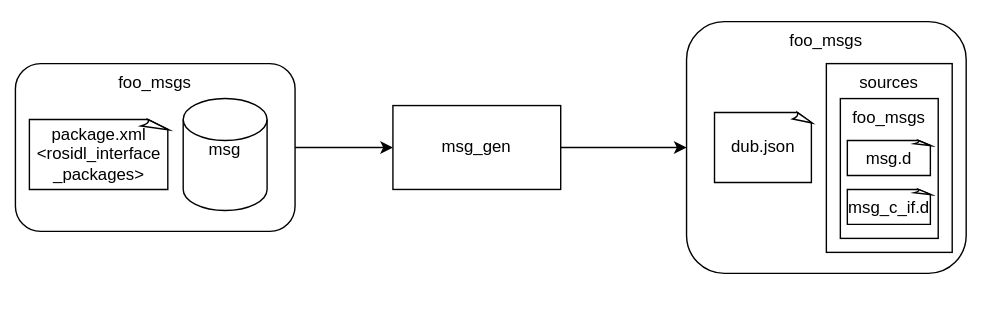
Before: msg_gen/doc/design.drawio.svg, a diagram exported from draw.io (sibnick/ros2_d). Source tidied: cells renumbered, new cells last; positions are measured from the earlier drawing's top-left corner, leaving out a move shared by most shapes.
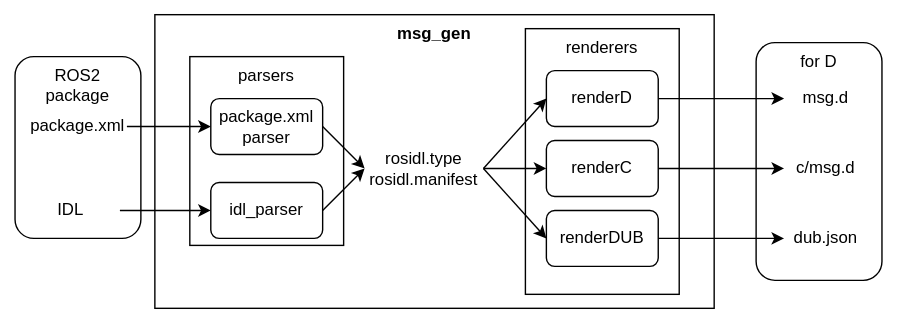
Later version of the same file.

Change to the diagram source:
```diff
@@ -2,44 +2,86 @@
   <root>
     <mxCell id="0" />
     <mxCell id="1" parent="0" />
+    <mxCell id="15" style="rounded=0;whiteSpace=wrap;html=1;verticalAlign=top;strokeColor=none;" parent="1" vertex="1">
+      <mxGeometry x="20" y="85" width="640" height="230" as="geometry" />
+    </mxCell>
+    <mxCell id="16" value="ROS2&lt;br&gt;package" style="rounded=1;whiteSpace=wrap;html=1;verticalAlign=top;" parent="1" vertex="1">
+      <mxGeometry x="30" y="125" width="90" height="130" as="geometry" />
+    </mxCell>
+    <mxCell id="14" value="for D" style="rounded=1;whiteSpace=wrap;html=1;verticalAlign=top;" parent="1" vertex="1">
+      <mxGeometry x="560" y="115" width="90" height="170" as="geometry" />
+    </mxCell>
+    <mxCell id="17" value="&lt;b&gt;msg_gen&lt;/b&gt;" style="rounded=0;whiteSpace=wrap;html=1;verticalAlign=top;" parent="1" vertex="1">
+      <mxGeometry x="130" y="95" width="400" height="210" as="geometry" />
+    </mxCell>
+    <mxCell id="18" value="renderers" style="rounded=0;whiteSpace=wrap;html=1;verticalAlign=top;" parent="1" vertex="1">
+      <mxGeometry x="395" y="105" width="110" height="190" as="geometry" />
+    </mxCell>
+    <mxCell id="19" value="parsers" style="rounded=0;whiteSpace=wrap;html=1;verticalAlign=top;" parent="1" vertex="1">
+      <mxGeometry x="155" y="125" width="110" height="135" as="geometry" />
+    </mxCell>
+    <mxCell id="20" style="endArrow=classic;html=1;entryX=0;entryY=0.5;entryDx=0;entryDy=0;exitX=1;exitY=0.5;exitDx=0;exitDy=0;" parent="1" edge="1" source="21" target="23">
+      <mxGeometry relative="1" as="geometry" />
+    </mxCell>
+    <mxCell id="21" value="IDL" style="text;html=1;strokeColor=none;fillColor=none;align=center;verticalAlign=middle;whiteSpace=wrap;rounded=0;" parent="1" vertex="1">
+      <mxGeometry x="35" y="220" width="70" height="30" as="geometry" />
+    </mxCell>
+    <mxCell id="22" style="edgeStyle=none;html=1;exitX=1;exitY=0.5;exitDx=0;exitDy=0;entryX=0;entryY=0.5;entryDx=0;entryDy=0;" parent="1" edge="1" source="23" target="6">
+      <mxGeometry relative="1" as="geometry" />
+    </mxCell>
+    <mxCell id="23" value="idl_parser" style="rounded=1;whiteSpace=wrap;html=1;verticalAlign=middle;" parent="1" vertex="1">
+      <mxGeometry x="170" y="215" width="80" height="40" as="geometry" />
+    </mxCell>
+    <mxCell id="8" style="edgeStyle=none;html=1;exitX=1;exitY=0.5;exitDx=0;exitDy=0;entryX=0;entryY=0.5;entryDx=0;entryDy=0;" parent="1" edge="1" source="6" target="25">
+      <mxGeometry relative="1" as="geometry" />
+    </mxCell>
+    <mxCell id="3" style="edgeStyle=none;html=1;exitX=1;exitY=0.5;exitDx=0;exitDy=0;entryX=0;entryY=0.5;entryDx=0;entryDy=0;" parent="1" edge="1" source="6" target="26">
+      <mxGeometry relative="1" as="geometry" />
+    </mxCell>
+    <mxCell id="9" style="edgeStyle=none;html=1;exitX=1;exitY=0.5;exitDx=0;exitDy=0;entryX=0;entryY=0.5;entryDx=0;entryDy=0;" parent="1" edge="1" source="6" target="27">
+      <mxGeometry relative="1" as="geometry" />
+    </mxCell>
+    <mxCell id="6" value="rosidl.type&lt;br&gt;rosidl.manifest" style="text;html=1;strokeColor=none;fillColor=none;align=center;verticalAlign=middle;whiteSpace=wrap;rounded=0;" parent="1" vertex="1">
+      <mxGeometry x="280" y="175" width="85" height="60" as="geometry" />
+    </mxCell>
+    <mxCell id="24" style="edgeStyle=none;html=1;exitX=1;exitY=0.5;exitDx=0;exitDy=0;entryX=0;entryY=0.5;entryDx=0;entryDy=0;" parent="1" edge="1" source="25" target="11">
+      <mxGeometry relative="1" as="geometry" />
+    </mxCell>
+    <mxCell id="25" value="renderD" style="rounded=1;whiteSpace=wrap;html=1;verticalAlign=middle;" parent="1" vertex="1">
+      <mxGeometry x="410" y="135" width="80" height="40" as="geometry" />
+    </mxCell>
+    <mxCell id="13" style="edgeStyle=none;html=1;exitX=1;exitY=0.5;exitDx=0;exitDy=0;entryX=0;entryY=0.5;entryDx=0;entryDy=0;" parent="1" edge="1" source="26" target="28">
+      <mxGeometry relative="1" as="geometry" />
+    </mxCell>
+    <mxCell id="26" value="renderC" style="rounded=1;whiteSpace=wrap;html=1;verticalAlign=middle;" parent="1" vertex="1">
+      <mxGeometry x="410" y="185" width="80" height="40" as="geometry" />
+    </mxCell>
+    <mxCell id="12" style="edgeStyle=none;html=1;exitX=1;exitY=0.5;exitDx=0;exitDy=0;entryX=0;entryY=0.5;entryDx=0;entryDy=0;" parent="1" edge="1" source="27" target="10">
+      <mxGeometry relative="1" as="geometry" />
+    </mxCell>
+    <mxCell id="27" value="renderDUB" style="rounded=1;whiteSpace=wrap;html=1;verticalAlign=middle;" parent="1" vertex="1">
+      <mxGeometry x="410" y="235" width="80" height="40" as="geometry" />
+    </mxCell>
+    <mxCell id="11" value="msg.d" style="text;html=1;strokeColor=none;fillColor=none;align=center;verticalAlign=middle;whiteSpace=wrap;rounded=0;" parent="1" vertex="1">
+      <mxGeometry x="580" y="145" width="60" height="20" as="geometry" />
+    </mxCell>
+    <mxCell id="28" value="c/msg.d" style="text;html=1;strokeColor=none;fillColor=none;align=center;verticalAlign=middle;whiteSpace=wrap;rounded=0;" parent="1" vertex="1">
+      <mxGeometry x="580" y="195" width="60" height="20" as="geometry" />
+    </mxCell>
+    <mxCell id="10" value="dub.json" style="text;html=1;strokeColor=none;fillColor=none;align=center;verticalAlign=middle;whiteSpace=wrap;rounded=0;" parent="1" vertex="1">
+      <mxGeometry x="580" y="245" width="60" height="20" as="geometry" />
+    </mxCell>
+    <mxCell id="29" style="edgeStyle=none;html=1;exitX=1;exitY=0.5;exitDx=0;exitDy=0;entryX=0;entryY=0.5;entryDx=0;entryDy=0;" parent="1" edge="1" source="2" target="6">
+      <mxGeometry relative="1" as="geometry" />
+    </mxCell>
-    <mxCell id="2" style="rounded=0;whiteSpace=wrap;html=1;verticalAlign=middle;strokeColor=none;" parent="1" vertex="1">
-      <mxGeometry width="700" height="220" as="geometry" />
+    <mxCell id="2" value="package.xml&lt;br&gt;parser" style="rounded=1;whiteSpace=wrap;html=1;verticalAlign=middle;" parent="1" vertex="1">
+      <mxGeometry x="170" y="155" width="80" height="40" as="geometry" />
     </mxCell>
-    <mxCell id="3" style="edgeStyle=orthogonalEdgeStyle;rounded=0;jettySize=auto;html=1;exitX=1;exitY=0.5;exitDx=0;exitDy=0;entryX=0;entryY=0.5;entryDx=0;entryDy=0;" parent="1" edge="1" source="4" target="8">
-      <mxGeometry relative="1" as="geometry" />
-    </mxCell>
-    <mxCell id="4" value="foo_msgs" style="rounded=1;whiteSpace=wrap;html=1;horizontal=1;verticalAlign=top;" parent="1" vertex="1">
-      <mxGeometry x="10" y="45" width="200" height="120" as="geometry" />
-    </mxCell>
-    <mxCell id="5" value="package.xml&lt;br&gt;&amp;lt;rosidl_interface&lt;br&gt;_packages&amp;gt;" style="whiteSpace=wrap;html=1;shape=mxgraph.basic.document;" parent="1" vertex="1">
-      <mxGeometry x="20" y="85" width="100" height="50" as="geometry" />
-    </mxCell>
-    <mxCell id="6" value="msg" style="shape=cylinder3;whiteSpace=wrap;html=1;boundedLbl=1;backgroundOutline=1;size=15;verticalAlign=top;" parent="1" vertex="1">
-      <mxGeometry x="130" y="70" width="60" height="80" as="geometry" />
-    </mxCell>
-    <mxCell id="7" style="edgeStyle=orthogonalEdgeStyle;rounded=0;jettySize=auto;html=1;exitX=1;exitY=0.5;exitDx=0;exitDy=0;entryX=0;entryY=0.5;entryDx=0;entryDy=0;" parent="1" edge="1" source="8" target="9">
-      <mxGeometry relative="1" as="geometry" />
-    </mxCell>
-    <mxCell id="8" value="msg_gen" style="rounded=0;whiteSpace=wrap;html=1;verticalAlign=middle;" parent="1" vertex="1">
-      <mxGeometry x="280" y="75" width="120" height="60" as="geometry" />
-    </mxCell>
-    <mxCell id="9" value="foo_msgs" style="rounded=1;whiteSpace=wrap;html=1;horizontal=1;verticalAlign=top;" parent="1" vertex="1">
-      <mxGeometry x="490" y="15" width="200" height="180" as="geometry" />
-    </mxCell>
-    <mxCell id="10" value="dub.json" style="whiteSpace=wrap;html=1;shape=mxgraph.basic.document;" parent="1" vertex="1">
-      <mxGeometry x="510" y="80" width="70" height="50" as="geometry" />
-    </mxCell>
-    <mxCell id="11" value="sources" style="rounded=0;whiteSpace=wrap;html=1;verticalAlign=top;horizontal=1;" parent="1" vertex="1">
-      <mxGeometry x="590" y="45" width="90" height="135" as="geometry" />
-    </mxCell>
-    <mxCell id="12" value="foo_msgs" style="rounded=0;whiteSpace=wrap;html=1;verticalAlign=top;horizontal=1;" parent="1" vertex="1">
-      <mxGeometry x="600" y="70" width="70" height="100" as="geometry" />
-    </mxCell>
-    <mxCell id="13" value="msg.d" style="whiteSpace=wrap;html=1;shape=mxgraph.basic.document;verticalAlign=middle;" parent="1" vertex="1">
-      <mxGeometry x="605" y="100" width="60" height="25" as="geometry" />
-    </mxCell>
-    <mxCell id="14" value="msg_c_if.d" style="whiteSpace=wrap;html=1;shape=mxgraph.basic.document;verticalAlign=middle;" parent="1" vertex="1">
-      <mxGeometry x="605" y="135" width="60" height="25" as="geometry" />
-    </mxCell>
+    <mxCell id="30" style="edgeStyle=none;html=1;exitX=1;exitY=0.5;exitDx=0;exitDy=0;entryX=0;entryY=0.5;entryDx=0;entryDy=0;" parent="1" edge="1" source="31" target="2">
+      <mxGeometry relative="1" as="geometry" />
+    </mxCell>
+    <mxCell id="31" value="package.xml" style="text;html=1;strokeColor=none;fillColor=none;align=center;verticalAlign=middle;whiteSpace=wrap;rounded=0;" parent="1" vertex="1">
+      <mxGeometry x="40" y="160" width="70" height="30" as="geometry" />
+    </mxCell>
   </root>
 </mxGraphModel>
```
